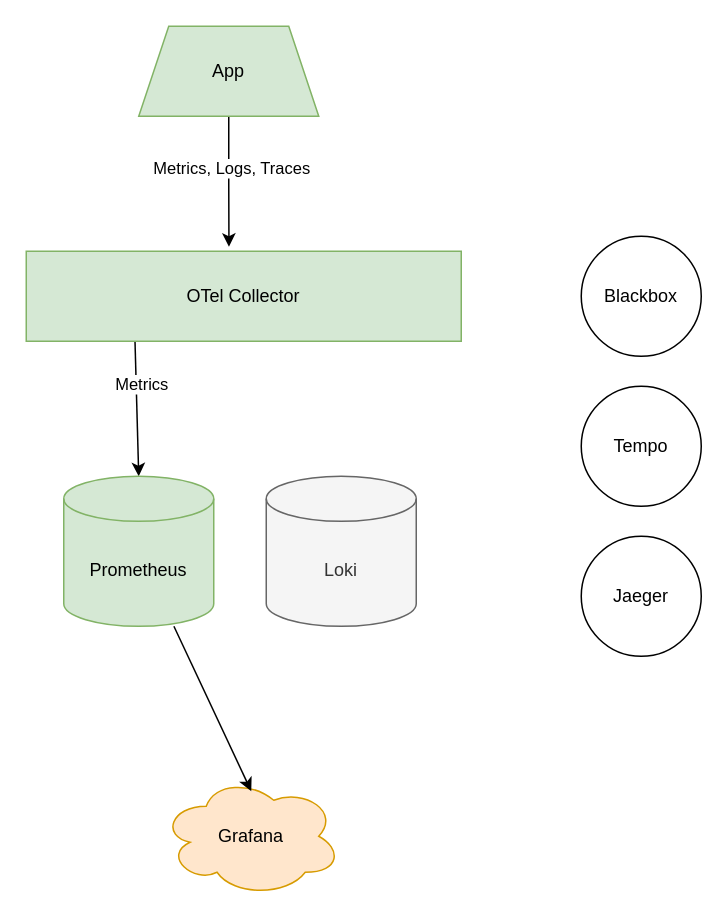
This is page "Planning" (1 of 5) of Vitals.drawio from data-miner00/Vitals, a draw.io file, before an edit. Source tidied: cells renumbered, new cells numbered last; positions are measured from the earlier drawing's top-left corner, leaving out a move shared by most shapes. Both pictures are drawn from the tidied source at 150%, with x=0, y=0 at pixel (26, 26).
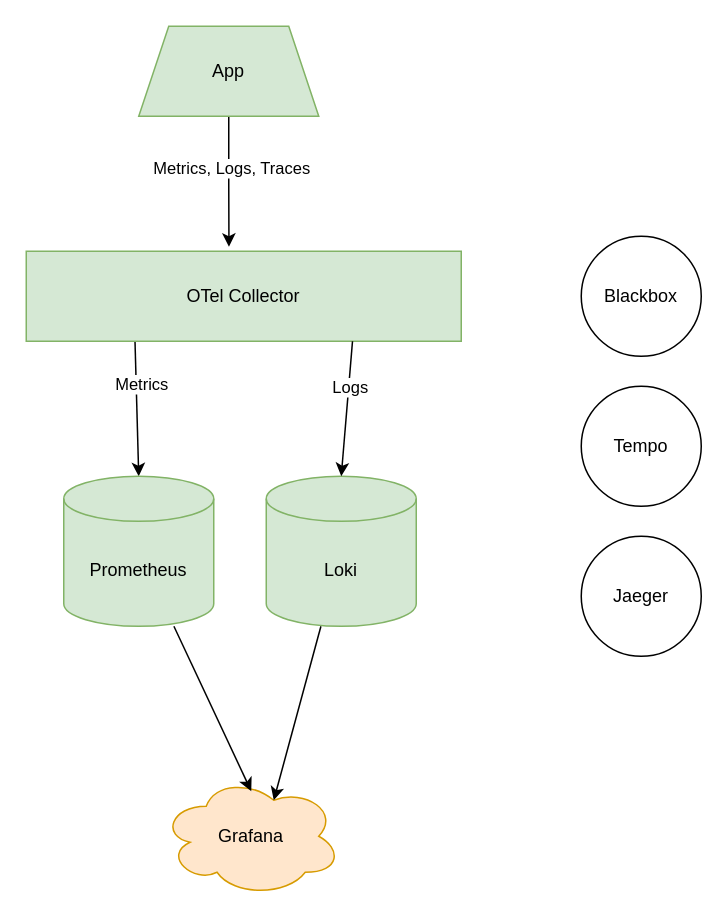
The same page after the edit.

Diff of the diagram source:
```diff
@@
 <mxGraphModel>
   <root>
     <mxCell id="0" />
     <mxCell id="1" parent="0" />
     <mxCell id="2" value="Tempo" style="ellipse;whiteSpace=wrap;html=1;" parent="1" vertex="1">
       <mxGeometry x="370" y="240" width="80" height="80" as="geometry" />
     </mxCell>
     <mxCell id="3" value="Jaeger" style="ellipse;whiteSpace=wrap;html=1;" parent="1" vertex="1">
       <mxGeometry x="370" y="340" width="80" height="80" as="geometry" />
     </mxCell>
     <mxCell id="4" value="Blackbox" style="ellipse;whiteSpace=wrap;html=1;" parent="1" vertex="1">
       <mxGeometry x="370" y="140" width="80" height="80" as="geometry" />
     </mxCell>
     <mxCell id="5" value="Grafana" style="ellipse;shape=cloud;whiteSpace=wrap;html=1;fillColor=#ffe6cc;strokeColor=#d79b00;" parent="1" vertex="1">
       <mxGeometry x="90" y="500" width="120" height="80" as="geometry" />
     </mxCell>
     <mxCell id="6" style="edgeStyle=orthogonalEdgeStyle;rounded=0;jettySize=auto;html=1;entryX=0.466;entryY=-0.05;entryDx=0;entryDy=0;entryPerimeter=0;" parent="1" edge="1" source="8" target="11">
       <mxGeometry relative="1" as="geometry" />
     </mxCell>
     <mxCell id="7" value="Metrics, Logs, Traces" style="edgeLabel;html=1;align=center;verticalAlign=middle;" parent="6" vertex="1">
       <mxGeometry x="-0.24" y="1" relative="1" as="geometry">
         <mxPoint y="1" as="offset" />
       </mxGeometry>
     </mxCell>
     <mxCell id="8" value="App" style="shape=trapezoid;perimeter=trapezoidPerimeter;whiteSpace=wrap;html=1;fixedSize=1;fillColor=#d5e8d4;strokeColor=#82b366;" parent="1" vertex="1">
       <mxGeometry x="75" width="120" height="60" as="geometry" />
     </mxCell>
     <mxCell id="9" style="rounded=0;jettySize=auto;html=1;entryX=0.5;entryY=0;entryDx=0;entryDy=0;entryPerimeter=0;exitX=0.25;exitY=1;exitDx=0;exitDy=0;" parent="1" edge="1" source="11" target="13">
       <mxGeometry relative="1" as="geometry" />
     </mxCell>
     <mxCell id="10" value="Metrics" style="edgeLabel;html=1;align=center;verticalAlign=middle;" parent="9" vertex="1">
       <mxGeometry x="-0.35" y="3" relative="1" as="geometry" />
     </mxCell>
     <mxCell id="11" value="OTel Collector" style="rounded=0;whiteSpace=wrap;html=1;fillColor=#d5e8d4;strokeColor=#82b366;" parent="1" vertex="1">
       <mxGeometry y="150" width="290" height="60" as="geometry" />
     </mxCell>
     <mxCell id="12" style="rounded=0;jettySize=auto;html=1;entryX=0.5;entryY=0.125;entryDx=0;entryDy=0;entryPerimeter=0;" parent="1" edge="1" source="13" target="5">
       <mxGeometry relative="1" as="geometry" />
     </mxCell>
     <mxCell id="13" value="Prometheus" style="shape=cylinder3;whiteSpace=wrap;html=1;boundedLbl=1;backgroundOutline=1;size=15;fillColor=#d5e8d4;strokeColor=#82b366;" parent="1" vertex="1">
       <mxGeometry x="25" y="300" width="100" height="100" as="geometry" />
     </mxCell>
+    <mxCell id="15" style="rounded=0;jettySize=auto;html=1;entryX=0.625;entryY=0.2;entryDx=0;entryDy=0;entryPerimeter=0;" parent="1" edge="1" source="14" target="5">
+      <mxGeometry relative="1" as="geometry" />
+    </mxCell>
-    <mxCell id="14" value="Loki" style="shape=cylinder3;whiteSpace=wrap;html=1;boundedLbl=1;backgroundOutline=1;size=15;fillColor=#f5f5f5;fontColor=#333333;strokeColor=#666666;" parent="1" vertex="1">
+    <mxCell id="14" value="Loki" style="shape=cylinder3;whiteSpace=wrap;html=1;boundedLbl=1;backgroundOutline=1;size=15;fillColor=#d5e8d4;strokeColor=#82b366;" parent="1" vertex="1">
       <mxGeometry x="160" y="300" width="100" height="100" as="geometry" />
     </mxCell>
+    <mxCell id="16" style="endArrow=classic;html=1;rounded=0;exitX=0.75;exitY=1;exitDx=0;exitDy=0;entryX=0.5;entryY=0;entryDx=0;entryDy=0;entryPerimeter=0;" parent="1" edge="1" source="11" target="14">
+      <mxGeometry relative="1" as="geometry" />
+    </mxCell>
+    <mxCell id="17" value="Logs" style="edgeLabel;html=1;align=center;verticalAlign=middle;" parent="16" vertex="1">
+      <mxGeometry x="-0.31" y="1" relative="1" as="geometry" />
+    </mxCell>
   </root>
 </mxGraphModel>
```
